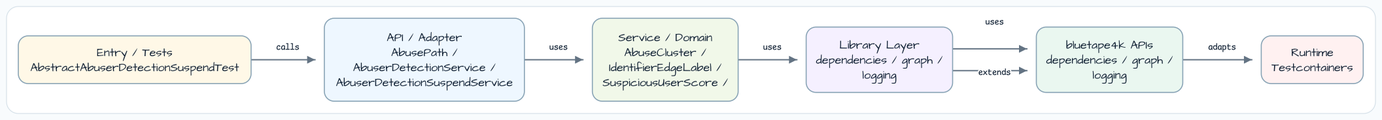
Earlier version of the Graphviz export docs/images/readme-diagrams/graph-abuser-detection-readme-architecture-01.png (bluetape4k/bluetape4k-workshop). Its source is kept beside it as docs/images/readme-diagrams/graph-abuser-detection-readme-architecture-01.dot.
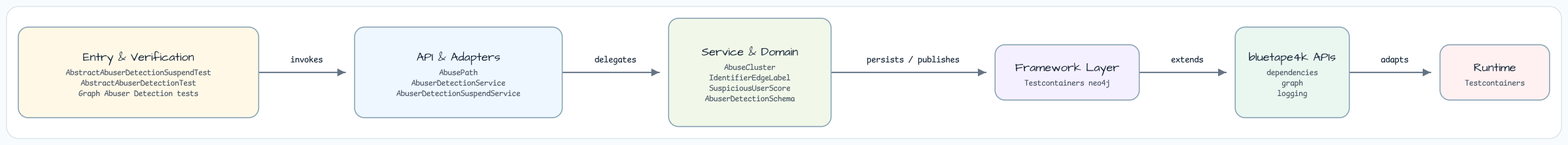
After the change.

Diff of the diagram source:
```diff
@@ -3,8 +3,8 @@
     rankdir=LR,
     bgcolor="white",
     pad="0.35",
-    nodesep="0.55",
-    ranksep="0.75",
+    nodesep="0.70",
+    ranksep="0.95",
     splines=ortho,
     outputorder=edgesfirst
   ];
@@ -16,7 +16,7 @@
     fillcolor="#F6FAFF",
     fontname="Architects Daughter",
     fontsize=14,
-    margin="0.14,0.10"
+    margin="0.20,0.16"
   ];
   edge [
     color="#637383",
@@ -26,17 +26,16 @@
     fontsize=11
   ];
 
-  entry [label="Entry / Tests\nAbstractAbuserDetectionSuspendTest", fillcolor="#FFF8E7"];
-  api [label="API / Adapter\nAbusePath /\nAbuserDetectionService /\nAbuserDetectionSuspendService", fillcolor="#EEF7FF"];
-  service [label="Service / Domain\nAbuseCluster /\nIdentifierEdgeLabel /\nSuspiciousUserScore /", fillcolor="#F1F8E9"];
-  infra [label="Library Layer\ndependencies / graph /\nlogging", fillcolor="#F5F0FF"];
-  bt [label="bluetape4k APIs\ndependencies / graph /\nlogging", fillcolor="#EAF7F0"];
+  entry [label="Entry & Verification\nAbstractAbuserDetectionSuspendTest\nAbstractAbuserDetectionTest\nGraph Abuser Detection tests", fillcolor="#FFF8E7"];
+  api [label="API & Adapters\nAbusePath\nAbuserDetectionService\nAbuserDetectionSuspendService", fillcolor="#EEF7FF"];
+  service [label="Service & Domain\nAbuseCluster\nIdentifierEdgeLabel\nSuspiciousUserScore\nAbuserDetectionSchema", fillcolor="#F1F8E9"];
+  infra [label="Framework Layer\nTestcontainers neo4j", fillcolor="#F5F0FF"];
+  bt [label="bluetape4k APIs\ndependencies\ngraph\nlogging", fillcolor="#EAF7F0"];
   runtime [label="Runtime\nTestcontainers", fillcolor="#FFF1F1"];
 
-  entry -> api [label="calls"];
-  api -> service [label="uses"];
-  service -> infra [label="uses"];
-  infra -> bt [label="uses"];
+  entry -> api [label="invokes"];
+  api -> service [label="delegates"];
+  service -> infra [label="persists / publishes"];
   infra -> bt [label="extends"];
   bt -> runtime [label="adapts"];
 }
```
